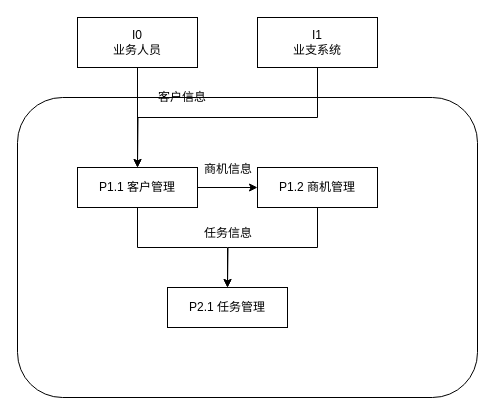
Earlier version of the draw.io diagram page "DFD图" (3 of 3) of 美国联通crm项目.drawio (fengjj/webmarket0.1). Source tidied: cells renumbered, new cells numbered last; positions are measured from the earlier drawing's top-left corner, leaving out a move shared by most shapes. Both pictures are drawn from the tidied source at 100%, with x=0, y=0 at pixel (17, 17).
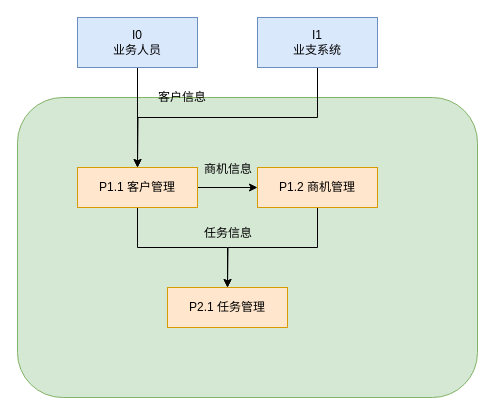
After the change.

Diff of the diagram source:
```diff
@@
 <mxGraphModel>
   <root>
     <mxCell id="0" />
     <mxCell id="1" parent="0" />
-    <mxCell id="2" style="rounded=1;whiteSpace=wrap;html=1;" parent="1" vertex="1">
+    <mxCell id="2" style="rounded=1;whiteSpace=wrap;html=1;fillColor=#d5e8d4;strokeColor=#82b366;" parent="1" vertex="1">
       <mxGeometry y="80" width="460" height="300" as="geometry" />
     </mxCell>
     <mxCell id="3" style="edgeStyle=orthogonalEdgeStyle;rounded=0;jettySize=auto;html=1;exitX=1;exitY=0.5;exitDx=0;exitDy=0;" parent="1" edge="1" source="5" target="7">
       <mxGeometry relative="1" as="geometry" />
     </mxCell>
     <mxCell id="4" style="edgeStyle=orthogonalEdgeStyle;rounded=0;jettySize=auto;html=1;exitX=0.5;exitY=1;exitDx=0;exitDy=0;" parent="1" edge="1" source="5" target="8">
       <mxGeometry relative="1" as="geometry" />
     </mxCell>
-    <mxCell id="5" value="P1.1 客户管理" style="rounded=0;whiteSpace=wrap;html=1;" parent="1" vertex="1">
+    <mxCell id="5" value="P1.1 客户管理" style="rounded=0;whiteSpace=wrap;html=1;fillColor=#ffe6cc;strokeColor=#d79b00;" parent="1" vertex="1">
       <mxGeometry x="60" y="150" width="120" height="40" as="geometry" />
     </mxCell>
     <mxCell id="6" style="edgeStyle=orthogonalEdgeStyle;rounded=0;jettySize=auto;html=1;exitX=0.5;exitY=1;exitDx=0;exitDy=0;" parent="1" edge="1" source="7">
       <mxGeometry relative="1" as="geometry">
         <mxPoint x="210" y="270" as="targetPoint" />
       </mxGeometry>
     </mxCell>
-    <mxCell id="7" value="P1.2 商机管理" style="rounded=0;whiteSpace=wrap;html=1;" parent="1" vertex="1">
+    <mxCell id="7" value="P1.2 商机管理" style="rounded=0;whiteSpace=wrap;html=1;fillColor=#ffe6cc;strokeColor=#d79b00;" parent="1" vertex="1">
       <mxGeometry x="240" y="150" width="120" height="40" as="geometry" />
     </mxCell>
-    <mxCell id="8" value="P2.1 任务管理" style="rounded=0;whiteSpace=wrap;html=1;" parent="1" vertex="1">
+    <mxCell id="8" value="P2.1 任务管理" style="rounded=0;whiteSpace=wrap;html=1;fillColor=#ffe6cc;strokeColor=#d79b00;" parent="1" vertex="1">
       <mxGeometry x="150" y="270" width="120" height="40" as="geometry" />
     </mxCell>
     <mxCell id="9" style="edgeStyle=orthogonalEdgeStyle;rounded=0;jettySize=auto;html=1;exitX=0.5;exitY=1;exitDx=0;exitDy=0;entryX=0.5;entryY=0;entryDx=0;entryDy=0;" parent="1" edge="1" source="10" target="5">
       <mxGeometry relative="1" as="geometry" />
     </mxCell>
-    <mxCell id="10" value="I0&lt;br&gt;业务人员" style="rounded=0;whiteSpace=wrap;html=1;" parent="1" vertex="1">
+    <mxCell id="10" value="I0&lt;br&gt;业务人员" style="rounded=0;whiteSpace=wrap;html=1;fillColor=#dae8fc;strokeColor=#6c8ebf;" parent="1" vertex="1">
       <mxGeometry x="60" width="120" height="50" as="geometry" />
     </mxCell>
     <mxCell id="11" style="edgeStyle=orthogonalEdgeStyle;rounded=0;jettySize=auto;html=1;exitX=0.5;exitY=1;exitDx=0;exitDy=0;" parent="1" edge="1" source="12">
       <mxGeometry relative="1" as="geometry">
         <mxPoint x="120" y="150" as="targetPoint" />
       </mxGeometry>
     </mxCell>
-    <mxCell id="12" value="I1&lt;br&gt;业支系统" style="rounded=0;whiteSpace=wrap;html=1;" parent="1" vertex="1">
+    <mxCell id="12" value="I1&lt;br&gt;业支系统" style="rounded=0;whiteSpace=wrap;html=1;fillColor=#dae8fc;strokeColor=#6c8ebf;" parent="1" vertex="1">
       <mxGeometry x="240" width="120" height="50" as="geometry" />
     </mxCell>
     <mxCell id="13" value="客户信息" style="text;html=1;strokeColor=none;fillColor=none;align=center;verticalAlign=middle;whiteSpace=wrap;rounded=0;" parent="1" vertex="1">
       <mxGeometry x="140" y="70" width="50" height="20" as="geometry" />
     </mxCell>
     <mxCell id="14" value="商机信息" style="text;html=1;strokeColor=none;fillColor=none;align=center;verticalAlign=middle;whiteSpace=wrap;rounded=0;" parent="1" vertex="1">
       <mxGeometry x="186" y="142" width="50" height="20" as="geometry" />
     </mxCell>
     <mxCell id="15" value="任务信息" style="text;html=1;strokeColor=none;fillColor=none;align=center;verticalAlign=middle;whiteSpace=wrap;rounded=0;" parent="1" vertex="1">
       <mxGeometry x="186" y="206" width="50" height="20" as="geometry" />
     </mxCell>
   </root>
 </mxGraphModel>
```
